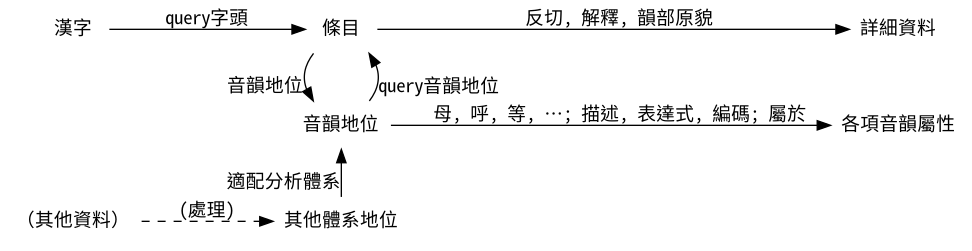
nk2028/tshet-uinh-js keeps this Graphviz diagram as demo/qieyun.png. Above is the earlier version. Its source is kept beside it as demo/qieyun.dot.
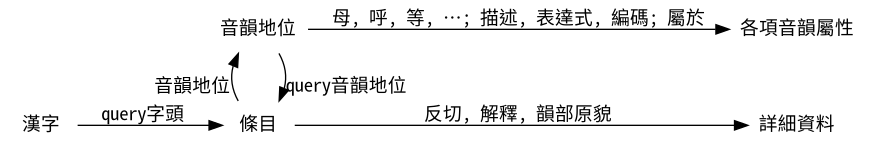
After the commit.

Commit message:
Update demo diagram

Diff of the diagram source:
```diff
@@ -5,19 +5,16 @@
     node [shape=plaintext]
     rankdir=LR
 
+    音韻地位 -> 各項音韻屬性 [label="母, 呼, 等, …; 描述, 表達式, 編碼; 屬於"]
+
     漢字 -> 條目 [label="query字頭"]
     條目 -> 詳細資料 [label="反切, 解釋, 韻部原貌"]
 
-    音韻地位 -> 各項音韻屬性 [label="母, 呼, 等, …; 描述, 表達式, 編碼; 屬於"]
-
-    （其他資料） -> 其他體系地位 [label="(處理)" style=dashed]
-
-    { rank=same 條目 音韻地位 其他體系地位 }
+    { rank=same 音韻地位 條目 }
 
     {
         edge[constraint=false]
         音韻地位 -> 條目 [xlabel="query音韻地位"]
         條目 -> 音韻地位 [xlabel="音韻地位"]
-        其他體系地位 -> 音韻地位 [xlabel="適配分析體系"]
     }
 }
```
